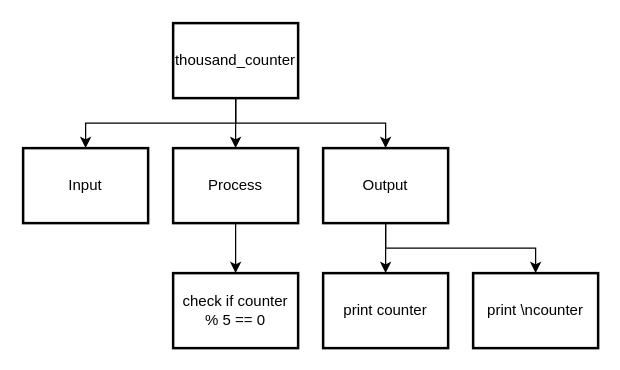
Above: drawio/topDownDesign/topDownDesign.drawio in Aidan-Lalonde-Novales/ICS3U-Unit4-07-Python (draw.io), before the change. Source tidied: cells renumbered, new cells numbered last; positions are measured from the earlier drawing's top-left corner, leaving out a move shared by most shapes. Both pictures are drawn from the tidied source at 125%, with x=0, y=0 at pixel (22, 22).
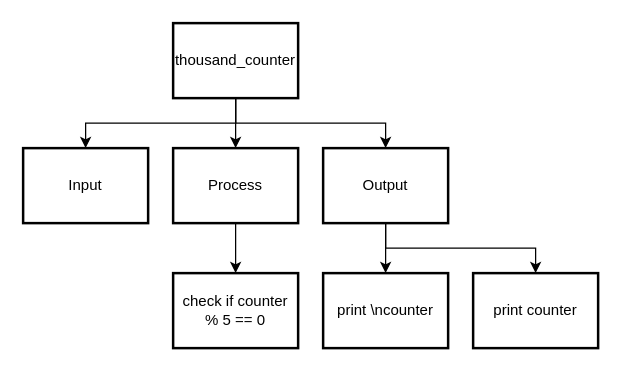
Above is the later version.

Diff of the diagram source:
```diff
@@
 <mxGraphModel>
   <root>
     <mxCell id="0" />
     <mxCell id="1" parent="0" />
     <mxCell id="2" style="edgeStyle=none;rounded=0;html=1;exitX=0.5;exitY=1;exitDx=0;exitDy=0;entryX=0.5;entryY=0;entryDx=0;entryDy=0;" parent="1" edge="1" source="3" target="13">
       <mxGeometry relative="1" as="geometry" />
     </mxCell>
     <mxCell id="3" value="Process" style="rounded=0;whiteSpace=wrap;html=1;absoluteArcSize=1;arcSize=14;strokeWidth=2;" parent="1" vertex="1">
       <mxGeometry x="120" y="100" width="100" height="60" as="geometry" />
     </mxCell>
     <mxCell id="4" style="edgeStyle=none;html=1;exitX=0.5;exitY=1;exitDx=0;exitDy=0;entryX=0.5;entryY=0;entryDx=0;entryDy=0;rounded=0;" parent="1" edge="1" source="7" target="8">
       <mxGeometry relative="1" as="geometry">
         <Array as="points">
           <mxPoint x="170" y="80" />
           <mxPoint x="50" y="80" />
         </Array>
       </mxGeometry>
     </mxCell>
     <mxCell id="5" style="edgeStyle=none;rounded=0;html=1;exitX=0.5;exitY=1;exitDx=0;exitDy=0;entryX=0.5;entryY=0;entryDx=0;entryDy=0;" parent="1" edge="1" source="7" target="3">
       <mxGeometry relative="1" as="geometry" />
     </mxCell>
     <mxCell id="6" style="edgeStyle=none;rounded=0;html=1;exitX=0.5;exitY=1;exitDx=0;exitDy=0;entryX=0.5;entryY=0;entryDx=0;entryDy=0;" parent="1" edge="1" source="7" target="11">
       <mxGeometry relative="1" as="geometry">
         <Array as="points">
           <mxPoint x="170" y="80" />
           <mxPoint x="290" y="80" />
         </Array>
       </mxGeometry>
     </mxCell>
     <mxCell id="7" value="thousand_counter" style="rounded=0;whiteSpace=wrap;html=1;absoluteArcSize=1;arcSize=14;strokeWidth=2;" parent="1" vertex="1">
       <mxGeometry x="120" width="100" height="60" as="geometry" />
     </mxCell>
     <mxCell id="8" value="Input" style="rounded=0;whiteSpace=wrap;html=1;absoluteArcSize=1;arcSize=14;strokeWidth=2;" parent="1" vertex="1">
       <mxGeometry y="100" width="100" height="60" as="geometry" />
     </mxCell>
     <mxCell id="9" style="edgeStyle=none;rounded=0;html=1;entryX=0.5;entryY=0;entryDx=0;entryDy=0;" parent="1" edge="1" source="11" target="12">
       <mxGeometry relative="1" as="geometry" />
     </mxCell>
     <mxCell id="10" style="edgeStyle=none;html=1;exitX=0.5;exitY=1;exitDx=0;exitDy=0;entryX=0.5;entryY=0;entryDx=0;entryDy=0;rounded=0;" parent="1" edge="1" source="11" target="14">
       <mxGeometry relative="1" as="geometry">
         <Array as="points">
           <mxPoint x="290" y="180" />
           <mxPoint x="410" y="180" />
         </Array>
       </mxGeometry>
     </mxCell>
     <mxCell id="11" value="Output" style="rounded=0;whiteSpace=wrap;html=1;absoluteArcSize=1;arcSize=14;strokeWidth=2;" parent="1" vertex="1">
       <mxGeometry x="240" y="100" width="100" height="60" as="geometry" />
     </mxCell>
-    <mxCell id="12" value="print counter" style="rounded=0;whiteSpace=wrap;html=1;absoluteArcSize=1;arcSize=14;strokeWidth=2;" parent="1" vertex="1">
+    <mxCell id="12" value="print \ncounter" style="rounded=0;whiteSpace=wrap;html=1;absoluteArcSize=1;arcSize=14;strokeWidth=2;" parent="1" vertex="1">
       <mxGeometry x="240" y="200" width="100" height="60" as="geometry" />
     </mxCell>
     <mxCell id="13" value="check if counter % 5 == 0" style="rounded=0;whiteSpace=wrap;html=1;absoluteArcSize=1;arcSize=14;strokeWidth=2;" parent="1" vertex="1">
       <mxGeometry x="120" y="200" width="100" height="60" as="geometry" />
     </mxCell>
-    <mxCell id="14" value="print \ncounter" style="rounded=0;whiteSpace=wrap;html=1;absoluteArcSize=1;arcSize=14;strokeWidth=2;" parent="1" vertex="1">
+    <mxCell id="14" value="print counter" style="rounded=0;whiteSpace=wrap;html=1;absoluteArcSize=1;arcSize=14;strokeWidth=2;" parent="1" vertex="1">
       <mxGeometry x="360" y="200" width="100" height="60" as="geometry" />
     </mxCell>
   </root>
 </mxGraphModel>
```
